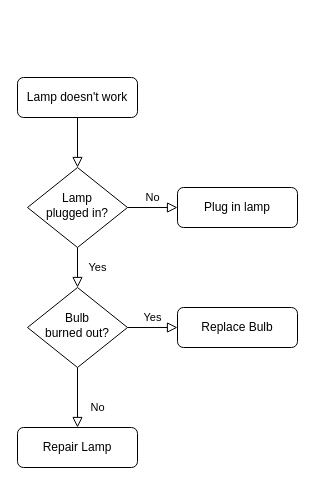
Earlier version of the draw.io diagram 未命名绘图.drawio (Ablution-han220/UML). Source tidied: cells renumbered, new cells numbered last; positions are measured from the earlier drawing's top-left corner, leaving out a move shared by most shapes. Both pictures are drawn from the tidied source at 100%, with x=0, y=0 at pixel (17, 77).
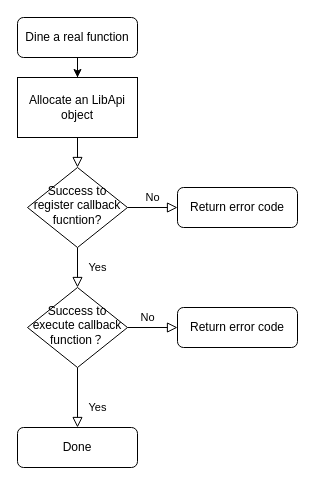
The same diagram, later.

Change to the diagram source:
```diff
@@
 <mxGraphModel>
   <root>
     <mxCell id="0" />
     <mxCell id="1" parent="0" />
-    <mxCell id="2" style="rounded=0;html=1;jettySize=auto;fontSize=11;endArrow=block;endFill=0;endSize=8;strokeWidth=1;shadow=0;labelBackgroundColor=none;edgeStyle=orthogonalEdgeStyle;" parent="1" edge="1" source="3" target="6">
+    <mxCell id="2" style="rounded=0;html=1;jettySize=auto;fontSize=11;endArrow=block;endFill=0;endSize=8;strokeWidth=1;shadow=0;labelBackgroundColor=none;edgeStyle=orthogonalEdgeStyle;exitX=0.5;exitY=1;exitDx=0;exitDy=0;" parent="1" edge="1" source="14" target="6">
       <mxGeometry relative="1" as="geometry" />
     </mxCell>
+    <mxCell id="13" style="edgeStyle=orthogonalEdgeStyle;rounded=0;jettySize=auto;html=1;" parent="1" edge="1" source="3" target="14">
+      <mxGeometry relative="1" as="geometry" />
+    </mxCell>
-    <mxCell id="3" value="Lamp doesn't work" style="rounded=1;whiteSpace=wrap;html=1;fontSize=12;glass=0;strokeWidth=1;shadow=0;" parent="1" vertex="1">
-      <mxGeometry width="120" height="40" as="geometry" />
+    <mxCell id="3" value="Dine a real function" style="rounded=1;whiteSpace=wrap;html=1;fontSize=12;glass=0;strokeWidth=1;shadow=0;" parent="1" vertex="1">
+      <mxGeometry y="-60" width="120" height="40" as="geometry" />
     </mxCell>
     <mxCell id="4" value="Yes" style="rounded=0;html=1;jettySize=auto;fontSize=11;endArrow=block;endFill=0;endSize=8;strokeWidth=1;shadow=0;labelBackgroundColor=none;edgeStyle=orthogonalEdgeStyle;" parent="1" edge="1" source="6" target="10">
       <mxGeometry y="20" relative="1" as="geometry" />
     </mxCell>
     <mxCell id="5" value="No" style="edgeStyle=orthogonalEdgeStyle;rounded=0;html=1;jettySize=auto;fontSize=11;endArrow=block;endFill=0;endSize=8;strokeWidth=1;shadow=0;labelBackgroundColor=none;" parent="1" edge="1" source="6" target="7">
       <mxGeometry y="10" relative="1" as="geometry" />
     </mxCell>
-    <mxCell id="6" value="Lamp&lt;br&gt;plugged in?" style="rhombus;whiteSpace=wrap;html=1;shadow=0;fontFamily=Helvetica;fontSize=12;align=center;strokeWidth=1;spacing=6;spacingTop=-4;" parent="1" vertex="1">
+    <mxCell id="6" value="Success to register callback fucntion?" style="rhombus;whiteSpace=wrap;html=1;shadow=0;fontFamily=Helvetica;fontSize=12;align=center;strokeWidth=1;spacing=6;spacingTop=-4;" parent="1" vertex="1">
       <mxGeometry x="10" y="90" width="100" height="80" as="geometry" />
     </mxCell>
-    <mxCell id="7" value="Plug in lamp" style="rounded=1;whiteSpace=wrap;html=1;fontSize=12;glass=0;strokeWidth=1;shadow=0;" parent="1" vertex="1">
+    <mxCell id="7" value="Return error code" style="rounded=1;whiteSpace=wrap;html=1;fontSize=12;glass=0;strokeWidth=1;shadow=0;" parent="1" vertex="1">
       <mxGeometry x="160" y="110" width="120" height="40" as="geometry" />
     </mxCell>
     <mxCell id="8" value="No" style="rounded=0;html=1;jettySize=auto;fontSize=11;endArrow=block;endFill=0;endSize=8;strokeWidth=1;shadow=0;labelBackgroundColor=none;edgeStyle=orthogonalEdgeStyle;" parent="1" edge="1" source="10" target="11">
-      <mxGeometry x="0.33" y="20" relative="1" as="geometry" />
+      <mxGeometry x="-1" y="86" relative="1" as="geometry">
+        <mxPoint x="-16" y="-50" as="offset" />
+      </mxGeometry>
     </mxCell>
     <mxCell id="9" value="Yes" style="edgeStyle=orthogonalEdgeStyle;rounded=0;html=1;jettySize=auto;fontSize=11;endArrow=block;endFill=0;endSize=8;strokeWidth=1;shadow=0;labelBackgroundColor=none;" parent="1" edge="1" source="10" target="12">
-      <mxGeometry y="10" relative="1" as="geometry" />
+      <mxGeometry x="-1" y="-85" relative="1" as="geometry">
+        <mxPoint x="-30" y="-5" as="offset" />
+      </mxGeometry>
     </mxCell>
-    <mxCell id="10" value="Bulb&lt;br&gt;burned out?" style="rhombus;whiteSpace=wrap;html=1;shadow=0;fontFamily=Helvetica;fontSize=12;align=center;strokeWidth=1;spacing=6;spacingTop=-4;" parent="1" vertex="1">
+    <mxCell id="10" value="Success to execute callback function？" style="rhombus;whiteSpace=wrap;html=1;shadow=0;fontFamily=Helvetica;fontSize=12;align=center;strokeWidth=1;spacing=6;spacingTop=-4;" parent="1" vertex="1">
       <mxGeometry x="10" y="210" width="100" height="80" as="geometry" />
     </mxCell>
-    <mxCell id="11" value="Repair Lamp" style="rounded=1;whiteSpace=wrap;html=1;fontSize=12;glass=0;strokeWidth=1;shadow=0;" parent="1" vertex="1">
+    <mxCell id="11" value="Done" style="rounded=1;whiteSpace=wrap;html=1;fontSize=12;glass=0;strokeWidth=1;shadow=0;" parent="1" vertex="1">
       <mxGeometry y="350" width="120" height="40" as="geometry" />
     </mxCell>
-    <mxCell id="12" value="Replace Bulb" style="rounded=1;whiteSpace=wrap;html=1;fontSize=12;glass=0;strokeWidth=1;shadow=0;" parent="1" vertex="1">
+    <mxCell id="12" value="Return error code" style="rounded=1;whiteSpace=wrap;html=1;fontSize=12;glass=0;strokeWidth=1;shadow=0;" parent="1" vertex="1">
       <mxGeometry x="160" y="230" width="120" height="40" as="geometry" />
     </mxCell>
+    <mxCell id="14" value="Allocate an LibApi object" style="rounded=0;whiteSpace=wrap;html=1;" parent="1" vertex="1">
+      <mxGeometry width="120" height="60" as="geometry" />
+    </mxCell>
   </root>
 </mxGraphModel>
```
